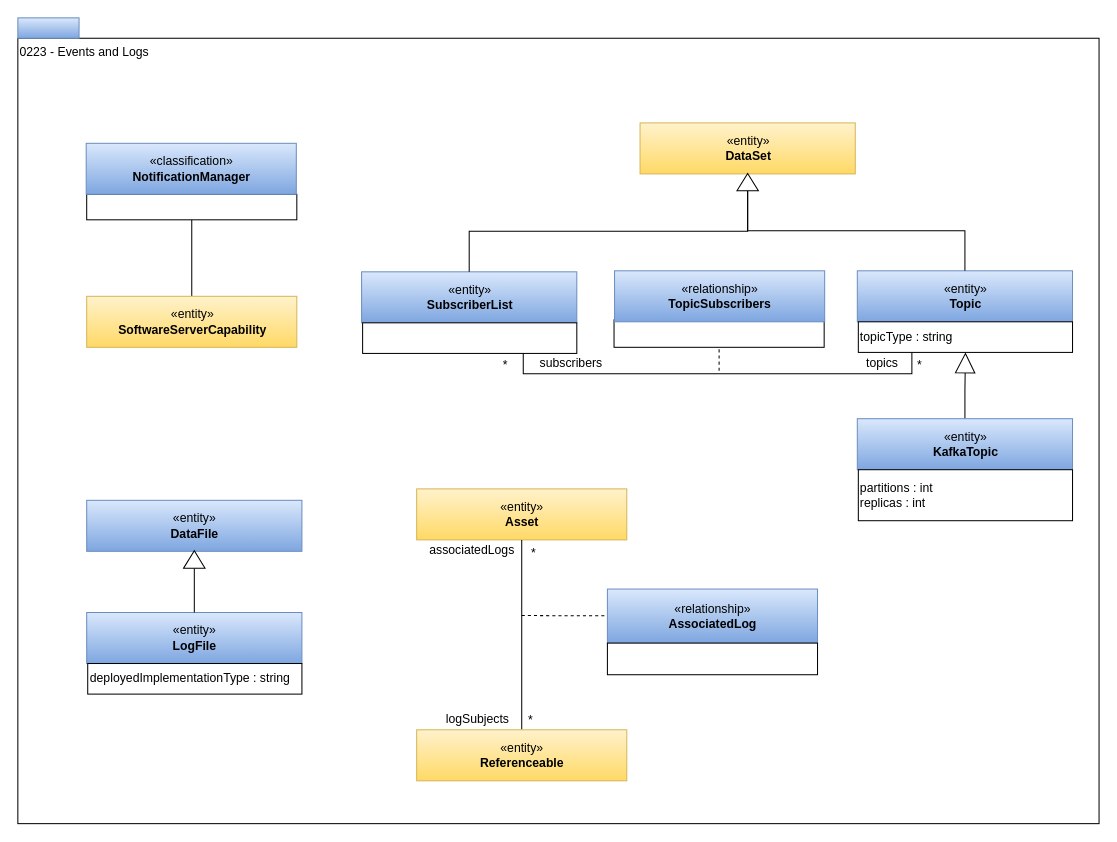
Earlier version of the draw.io diagram page "0223-Events-and-Logs" (11 of 21) of site/docs/types/2/area-2-assets.drawio (odpi/egeria-docs). Source tidied: cells renumbered, new cells numbered last; positions are measured from the earlier drawing's top-left corner, leaving out a move shared by most shapes. Both pictures are drawn from the tidied source at 102%, with x=0, y=0 at pixel (17, 17).
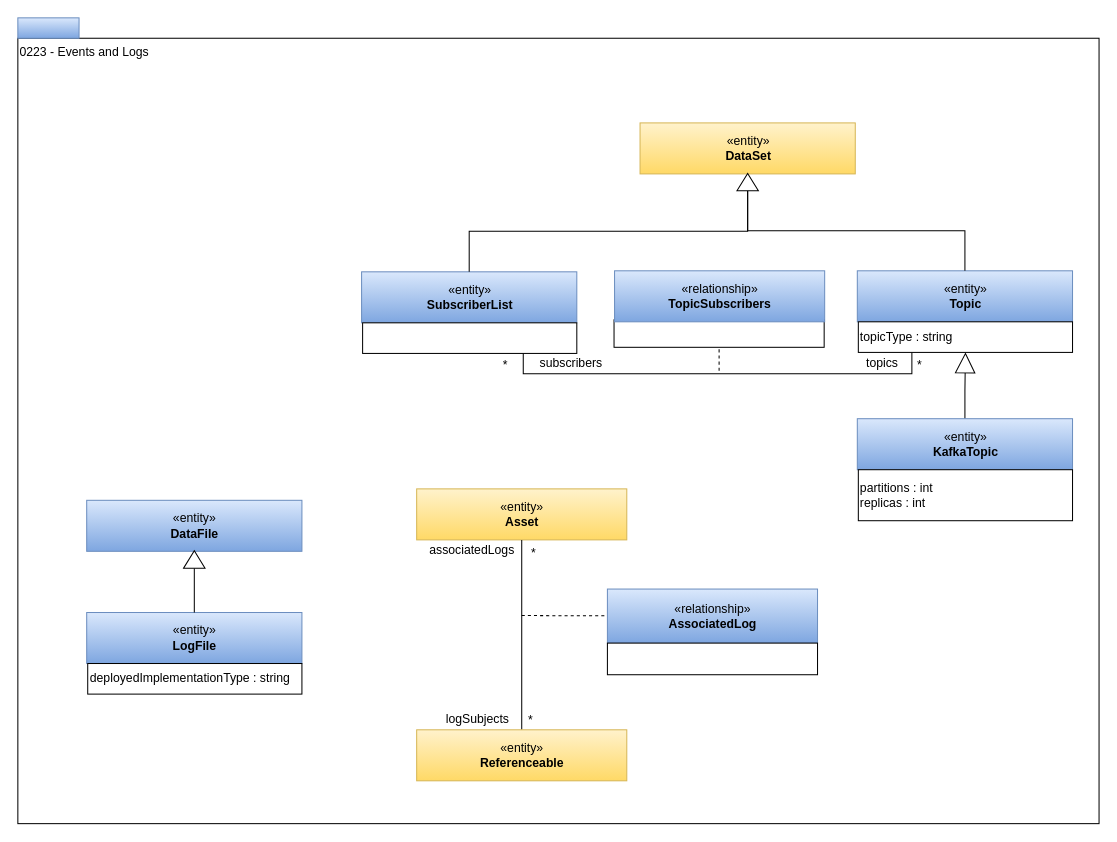
After the change.

The edit, as a diff of the source:
```diff
@@
-    <mxCell id="9" style="edgeStyle=orthogonalEdgeStyle;rounded=0;jettySize=auto;html=1;exitX=0.5;exitY=1;exitDx=0;exitDy=0;entryX=0.5;entryY=0;entryDx=0;entryDy=0;endArrow=none;endFill=0;" parent="1" edge="1" source="10" target="12">
-      <mxGeometry relative="1" as="geometry" />
-    </mxCell>
-    <mxCell id="10" style="rounded=0;whiteSpace=wrap;html=1;strokeColor=#000000;gradientColor=#ffffff;align=left;" parent="1" vertex="1">
-      <mxGeometry x="67.5" y="173" width="206" height="25" as="geometry" />
-    </mxCell>
-    <mxCell id="11" value="«classification»&lt;br&gt;&lt;b&gt;NotificationManager&lt;/b&gt;" style="html=1;strokeColor=#6c8ebf;align=center;fillColor=#dae8fc;gradientColor=#7ea6e0;" parent="1" vertex="1">
-      <mxGeometry x="67" y="123" width="206" height="50" as="geometry" />
-    </mxCell>
-    <mxCell id="12" value="«entity»&lt;br&gt;&lt;b&gt;SoftwareServerCapability&lt;/b&gt;&lt;br&gt;" style="html=1;strokeColor=#d6b656;align=center;fillColor=#fff2cc;gradientColor=#ffd966;" parent="1" vertex="1">
-      <mxGeometry x="67.5" y="273" width="206" height="50" as="geometry" />
-    </mxCell>
```
